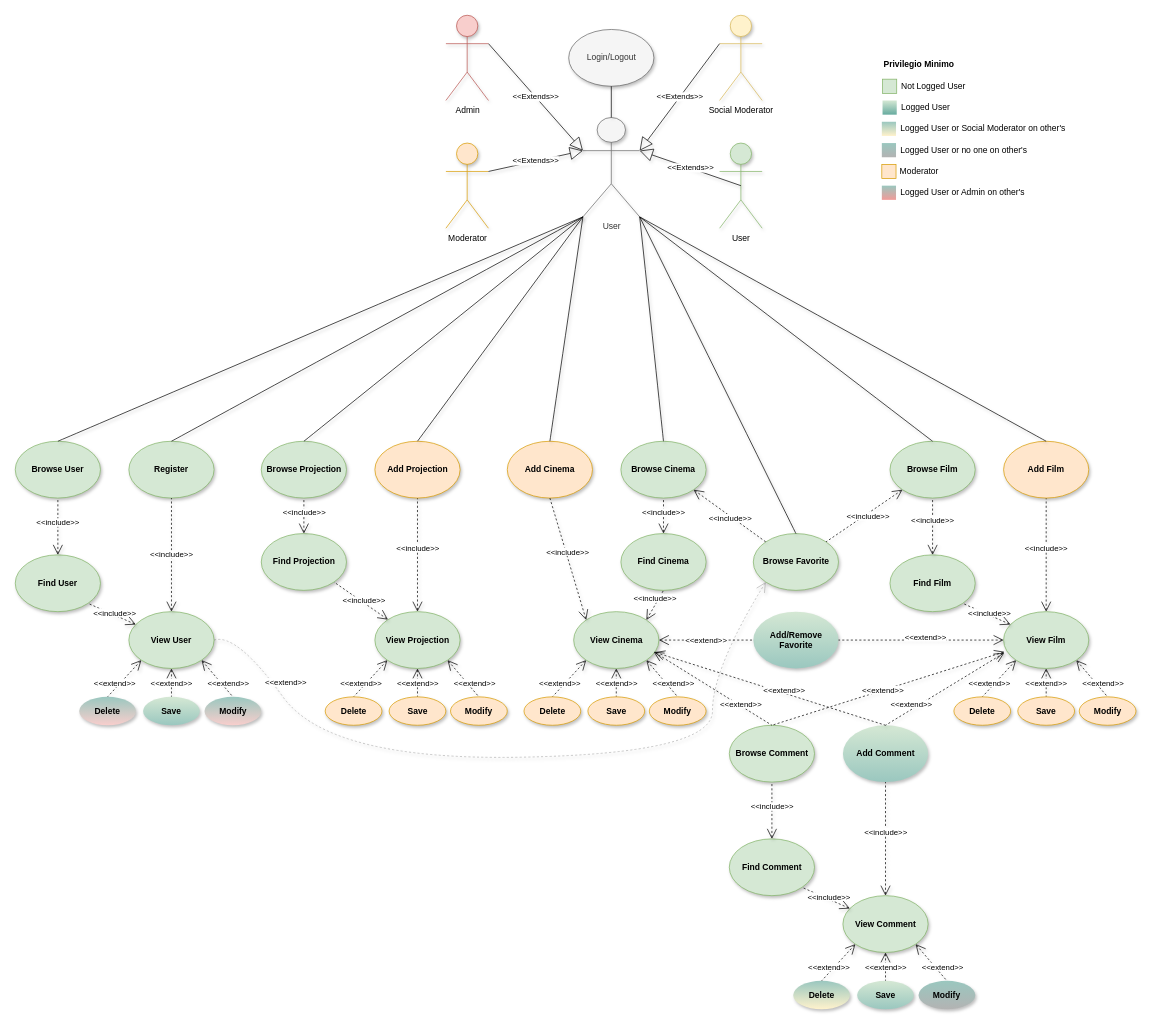
This is Task1/Documentation/Diagrams/Use Case.drawio from unipi-fr/LargeScaleMultiStructureDatabases, a draw.io file, before an edit. Source tidied: cells renumbered, new cells numbered last; positions are measured from the earlier drawing's top-left corner, leaving out a move shared by most shapes. Both pictures are drawn from the tidied source at 71%, with x=0, y=0 at pixel (15, 15).
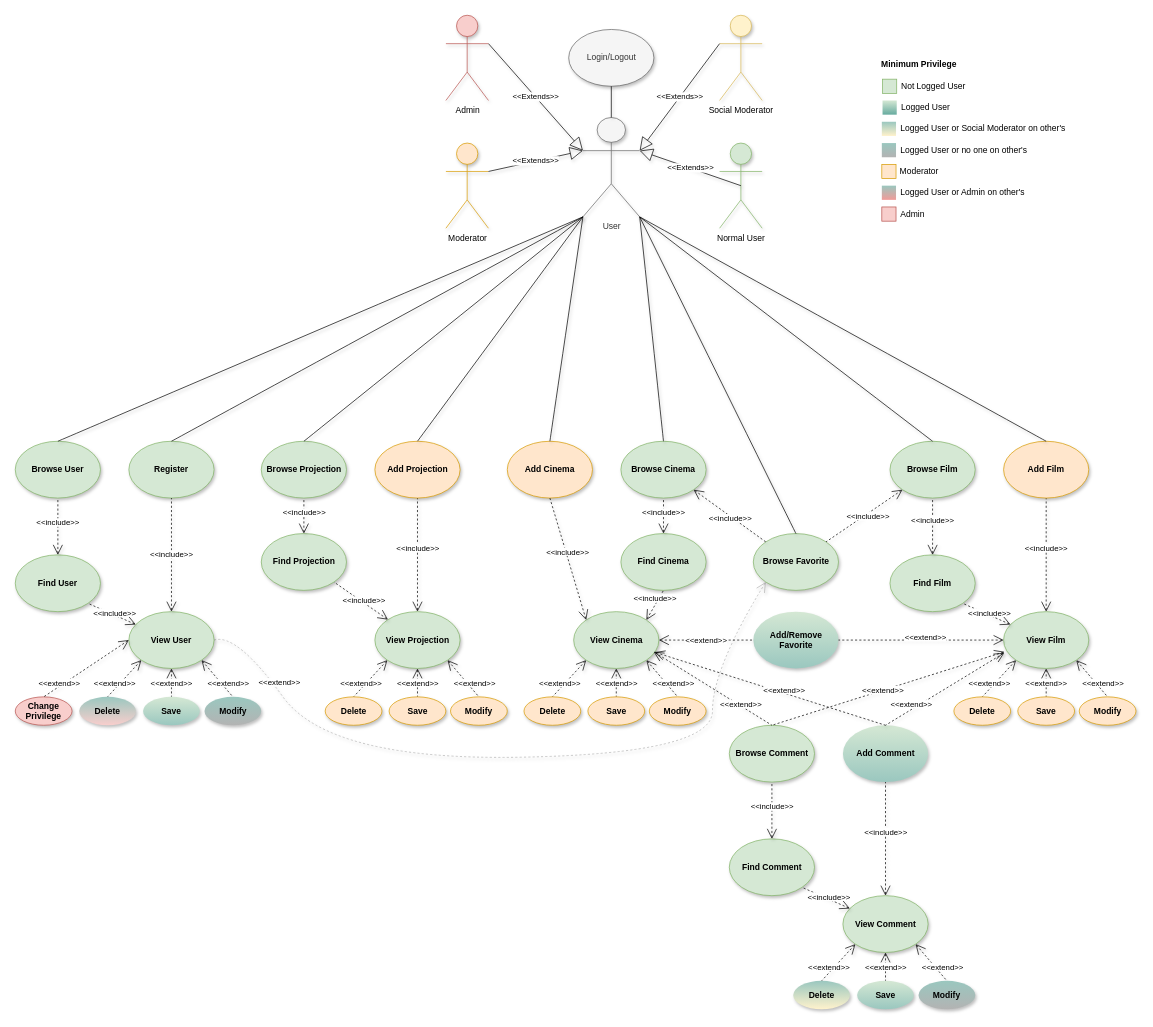
The same page after the edit.

Unchanged cells that the change refers to:
```xml
<mxCell id="9" value="Browse Favorite" style="ellipse;whiteSpace=wrap;html=1;fontStyle=1;fillColor=#d5e8d4;strokeColor=#82b366;shadow=1;" parent="1" vertex="1">
  <mxGeometry x="1039.5" y="730" width="120" height="80" as="geometry" />
</mxCell>
<mxCell id="27" value="View User" style="ellipse;whiteSpace=wrap;html=1;fontStyle=1;fillColor=#d5e8d4;strokeColor=#82b366;shadow=1;" parent="1" vertex="1">
  <mxGeometry x="160" y="840" width="120" height="80" as="geometry" />
</mxCell>
```

Diff of the diagram source:
```diff
@@
     <mxCell id="2" value="&lt;span style=&quot;background-color: rgb(255 , 255 , 255)&quot;&gt;&amp;lt;&amp;lt;extend&amp;gt;&amp;gt;&lt;/span&gt;" style="edgeStyle=none;html=1;startArrow=open;endArrow=none;startSize=12;verticalAlign=bottom;dashed=1;labelBackgroundColor=none;entryX=1;entryY=0.5;entryDx=0;entryDy=0;shadow=1;exitX=0;exitY=1;exitDx=0;exitDy=0;jumpStyle=arc;curved=1;fillColor=#f5f5f5;strokeColor=#B3B3B3;" parent="1" edge="1" source="9" target="27">
-      <mxGeometry x="0.74" y="-10" relative="1" as="geometry">
+      <mxGeometry x="0.75" y="-2" relative="1" as="geometry">
         <Array as="points">
           <mxPoint x="982" y="920" />
           <mxPoint x="982" y="1040" />
           <mxPoint x="442" y="1050" />
           <mxPoint x="312" y="870" />
         </Array>
       </mxGeometry>
     </mxCell>
@@
-    <mxCell id="4" value="User" style="shape=umlActor;verticalLabelPosition=bottom;labelBackgroundColor=#ffffff;verticalAlign=top;html=1;outlineConnect=0;fillColor=#d5e8d4;strokeColor=#82b366;shadow=1;" parent="1" vertex="1">
+    <mxCell id="4" value="Normal User" style="shape=umlActor;verticalLabelPosition=bottom;labelBackgroundColor=#ffffff;verticalAlign=top;html=1;outlineConnect=0;fillColor=#d5e8d4;strokeColor=#82b366;shadow=1;" parent="1" vertex="1">
       <mxGeometry x="992" y="180" width="60" height="120" as="geometry" />
     </mxCell>
@@
-    <mxCell id="30" value="Modify" style="ellipse;whiteSpace=wrap;html=1;fontStyle=1;fillColor=#9AC7BF;strokeColor=none;shadow=1;gradientColor=#F8CECC;" parent="1" vertex="1">
+    <mxCell id="30" value="Modify" style="ellipse;whiteSpace=wrap;html=1;fontStyle=1;fillColor=#9AC7BF;strokeColor=none;shadow=1;gradientColor=#B3B3B3;" parent="1" vertex="1">
       <mxGeometry x="266.5" y="960" width="80" height="40" as="geometry" />
     </mxCell>
@@
-    <mxCell id="102" value="Privilegio Minimo" style="text;html=1;strokeColor=none;fillColor=none;align=center;verticalAlign=middle;whiteSpace=wrap;rounded=0;shadow=0;fontStyle=1;" parent="1" vertex="1">
+    <mxCell id="102" value="Minimum Privilege" style="text;html=1;strokeColor=none;fillColor=none;align=center;verticalAlign=middle;whiteSpace=wrap;rounded=0;shadow=0;fontStyle=1;" parent="1" vertex="1">
       <mxGeometry x="1212.5" y="60" width="120" height="20" as="geometry" />
     </mxCell>
@@
+    <mxCell id="111" value="Change Privilege" style="ellipse;whiteSpace=wrap;html=1;fontStyle=1;fillColor=#f8cecc;strokeColor=#b85450;shadow=1;" parent="1" vertex="1">
+      <mxGeometry y="960" width="80" height="40" as="geometry" />
+    </mxCell>
+    <mxCell id="112" value="&lt;span style=&quot;background-color: rgb(255 , 255 , 255)&quot;&gt;&amp;lt;&amp;lt;extend&amp;gt;&amp;gt;&lt;/span&gt;" style="edgeStyle=none;html=1;startArrow=open;endArrow=none;startSize=12;verticalAlign=bottom;dashed=1;labelBackgroundColor=none;exitX=0;exitY=0.5;exitDx=0;exitDy=0;entryX=0.5;entryY=0;entryDx=0;entryDy=0;shadow=1;" parent="1" edge="1" source="27" target="111">
+      <mxGeometry x="0.67" y="4" relative="1" as="geometry" />
+    </mxCell>
+    <mxCell id="113" style="rounded=0;whiteSpace=wrap;html=1;strokeColor=#b85450;fillColor=#f8cecc;" parent="1" vertex="1">
+      <mxGeometry x="1220.5" y="270" width="20" height="20" as="geometry" />
+    </mxCell>
+    <mxCell id="114" value="Admin" style="text;html=1;strokeColor=none;fillColor=none;align=left;verticalAlign=middle;whiteSpace=wrap;rounded=0;" parent="1" vertex="1">
+      <mxGeometry x="1244.5" y="270" width="96" height="20" as="geometry" />
+    </mxCell>
```
